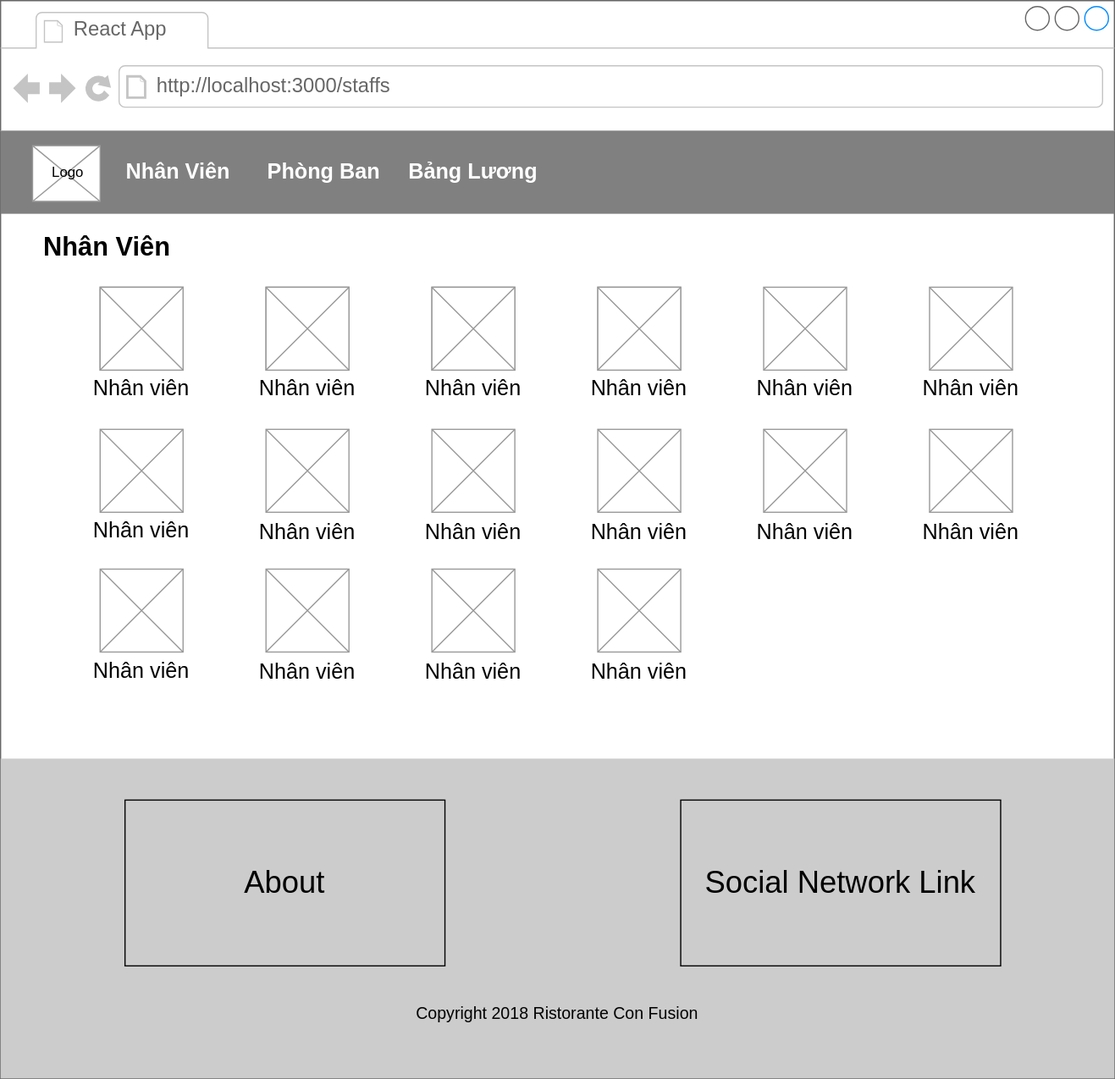
haitrieu0202/FUNIXReactJSASM keeps this draw.io diagram as Bao cao san pham/Nhanvien.svg. Above is the earlier version. Source tidied: cells renumbered, new cells last; positions are measured from the earlier drawing's top-left corner, leaving out a move shared by most shapes.
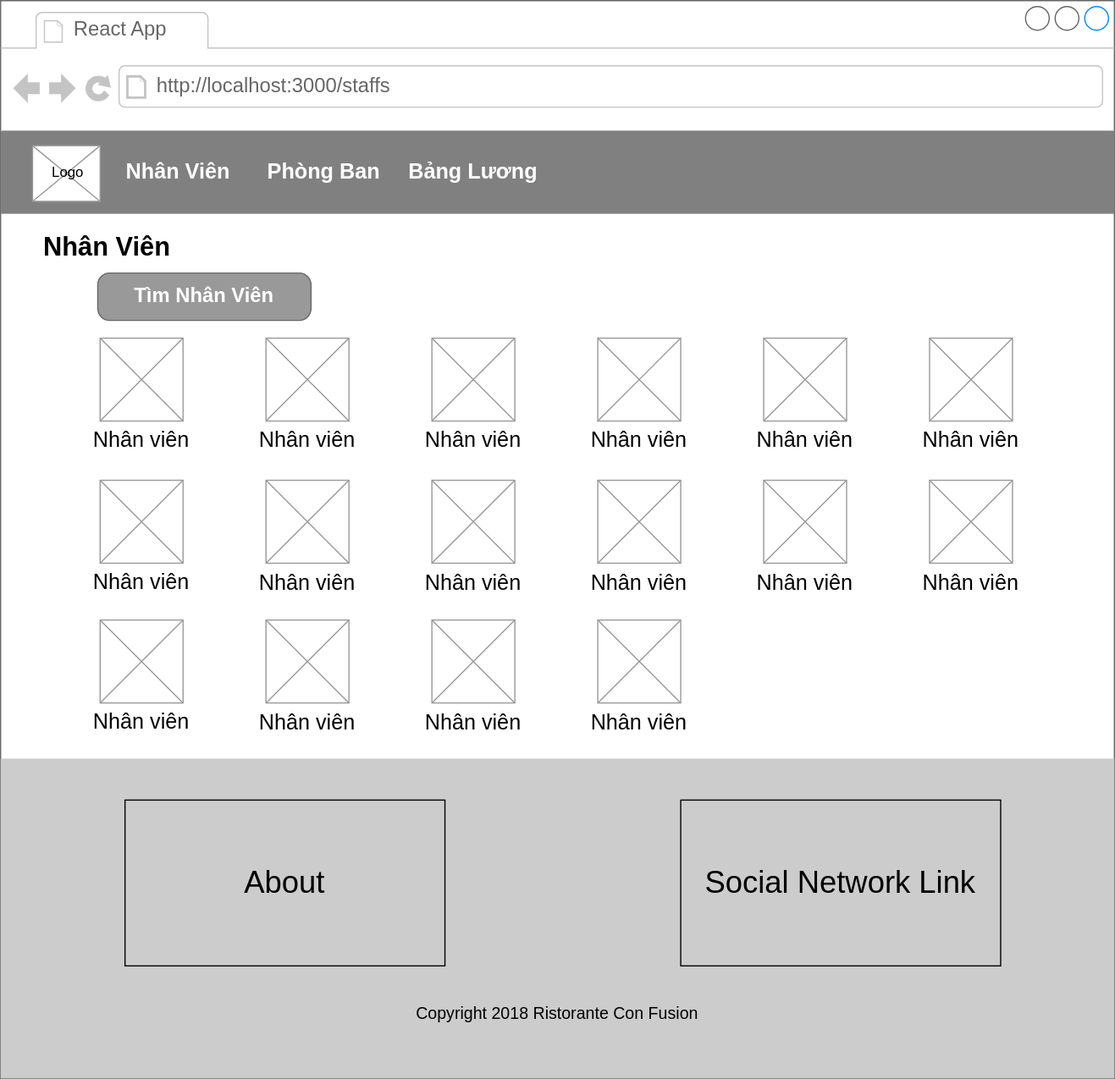
The same file after the commit.

Diff of the diagram source:
```diff
@@ -3,7 +3,7 @@
     <mxCell id="0" />
     <mxCell id="1" parent="0" />
     <mxCell id="2" style="strokeWidth=1;shadow=0;dashed=0;align=center;html=1;shape=mxgraph.mockup.containers.browserWindow;rSize=0;strokeColor=#666666;strokeColor2=#008cff;strokeColor3=#c4c4c4;mainText=,;" parent="1" vertex="1">
-      <mxGeometry width="940" height="910" as="geometry" />
+      <mxGeometry y="-43" width="940" height="910" as="geometry" />
     </mxCell>
     <mxCell id="3" style="rounded=0;fontSize=18;labelBackgroundColor=#007FFF;labelBorderColor=#007FFF;fontColor=#000000;html=1;whiteSpace=wrap;fillColor=#808080;strokeColor=none;" parent="2" vertex="1">
       <mxGeometry y="110" width="940" height="70" as="geometry" />
@@ -23,74 +23,62 @@
     <mxCell id="8" value="&lt;b&gt;&lt;font style=&quot;font-size: 22px;&quot;&gt;Nhân Viên&lt;/font&gt;&lt;/b&gt;" style="text;html=1;strokeColor=none;fillColor=none;align=center;verticalAlign=middle;whiteSpace=wrap;rounded=0;" parent="2" vertex="1">
       <mxGeometry x="20" y="179" width="140" height="60" as="geometry" />
     </mxCell>
-    <mxCell id="9" style="verticalLabelPosition=bottom;shadow=0;dashed=0;align=center;html=1;verticalAlign=top;strokeWidth=1;shape=mxgraph.mockup.graphics.simpleIcon;strokeColor=#999999;fontSize=22;" parent="2" vertex="1">
-      <mxGeometry x="364" y="242" width="70" height="70" as="geometry" />
-    </mxCell>
-    <mxCell id="10" style="verticalLabelPosition=bottom;shadow=0;dashed=0;align=center;html=1;verticalAlign=top;strokeWidth=1;shape=mxgraph.mockup.graphics.simpleIcon;strokeColor=#999999;fontSize=22;" parent="2" vertex="1">
-      <mxGeometry x="224" y="242" width="70" height="70" as="geometry" />
-    </mxCell>
-    <mxCell id="11" style="verticalLabelPosition=bottom;shadow=0;dashed=0;align=center;html=1;verticalAlign=top;strokeWidth=1;shape=mxgraph.mockup.graphics.simpleIcon;strokeColor=#999999;fontSize=22;" parent="2" vertex="1">
-      <mxGeometry x="84" y="242" width="70" height="70" as="geometry" />
-    </mxCell>
     <mxCell id="12" style="verticalLabelPosition=bottom;shadow=0;dashed=0;align=center;html=1;verticalAlign=top;strokeWidth=1;shape=mxgraph.mockup.graphics.simpleIcon;strokeColor=#999999;fontSize=22;" parent="2" vertex="1">
-      <mxGeometry x="784" y="242" width="70" height="70" as="geometry" />
+      <mxGeometry x="784" y="285" width="70" height="70" as="geometry" />
     </mxCell>
     <mxCell id="13" style="verticalLabelPosition=bottom;shadow=0;dashed=0;align=center;html=1;verticalAlign=top;strokeWidth=1;shape=mxgraph.mockup.graphics.simpleIcon;strokeColor=#999999;fontSize=22;" parent="2" vertex="1">
-      <mxGeometry x="644" y="242" width="70" height="70" as="geometry" />
+      <mxGeometry x="644" y="285" width="70" height="70" as="geometry" />
     </mxCell>
-    <mxCell id="14" style="verticalLabelPosition=bottom;shadow=0;dashed=0;align=center;html=1;verticalAlign=top;strokeWidth=1;shape=mxgraph.mockup.graphics.simpleIcon;strokeColor=#999999;fontSize=22;" parent="2" vertex="1">
-      <mxGeometry x="504" y="242" width="70" height="70" as="geometry" />
-    </mxCell>
     <mxCell id="15" value="&lt;font style=&quot;font-size: 18px;&quot;&gt;Nhân viên&lt;/font&gt;" style="text;html=1;strokeColor=none;fillColor=none;align=center;verticalAlign=middle;whiteSpace=wrap;rounded=0;fontSize=22;" parent="2" vertex="1">
-      <mxGeometry x="19" y="312" width="200" height="30" as="geometry" />
+      <mxGeometry x="19" y="355" width="200" height="30" as="geometry" />
     </mxCell>
     <mxCell id="16" value="&lt;span style=&quot;font-size: 18px;&quot;&gt;Nhân viên&lt;/span&gt;" style="text;html=1;strokeColor=none;fillColor=none;align=center;verticalAlign=middle;whiteSpace=wrap;rounded=0;fontSize=22;" parent="2" vertex="1">
-      <mxGeometry x="159" y="312" width="200" height="30" as="geometry" />
+      <mxGeometry x="159" y="355" width="200" height="30" as="geometry" />
     </mxCell>
     <mxCell id="17" value="&lt;span style=&quot;font-size: 18px;&quot;&gt;Nhân viên&lt;/span&gt;" style="text;html=1;strokeColor=none;fillColor=none;align=center;verticalAlign=middle;whiteSpace=wrap;rounded=0;fontSize=22;" parent="2" vertex="1">
-      <mxGeometry x="299" y="312" width="200" height="30" as="geometry" />
+      <mxGeometry x="299" y="355" width="200" height="30" as="geometry" />
     </mxCell>
     <mxCell id="18" value="&lt;font style=&quot;font-size: 18px;&quot;&gt;Nhân viên&lt;br&gt;&lt;/font&gt;" style="text;html=1;strokeColor=none;fillColor=none;align=center;verticalAlign=middle;whiteSpace=wrap;rounded=0;fontSize=22;" parent="2" vertex="1">
-      <mxGeometry x="439" y="312" width="200" height="30" as="geometry" />
+      <mxGeometry x="439" y="355" width="200" height="30" as="geometry" />
     </mxCell>
     <mxCell id="19" value="&lt;font style=&quot;font-size: 18px;&quot;&gt;Nhân viên&lt;br&gt;&lt;/font&gt;" style="text;html=1;strokeColor=none;fillColor=none;align=center;verticalAlign=middle;whiteSpace=wrap;rounded=0;fontSize=22;" parent="2" vertex="1">
-      <mxGeometry x="579" y="312" width="200" height="30" as="geometry" />
+      <mxGeometry x="579" y="355" width="200" height="30" as="geometry" />
     </mxCell>
     <mxCell id="20" value="&lt;font style=&quot;font-size: 18px;&quot;&gt;Nhân viên&lt;br&gt;&lt;/font&gt;" style="text;html=1;strokeColor=none;fillColor=none;align=center;verticalAlign=middle;whiteSpace=wrap;rounded=0;fontSize=22;" parent="2" vertex="1">
-      <mxGeometry x="719" y="312" width="200" height="30" as="geometry" />
+      <mxGeometry x="719" y="355" width="200" height="30" as="geometry" />
     </mxCell>
     <mxCell id="21" style="verticalLabelPosition=bottom;shadow=0;dashed=0;align=center;html=1;verticalAlign=top;strokeWidth=1;shape=mxgraph.mockup.graphics.simpleIcon;strokeColor=#999999;fontSize=22;" parent="2" vertex="1">
-      <mxGeometry x="84" y="242" width="70" height="70" as="geometry" />
+      <mxGeometry x="84" y="285" width="70" height="70" as="geometry" />
     </mxCell>
     <mxCell id="22" style="verticalLabelPosition=bottom;shadow=0;dashed=0;align=center;html=1;verticalAlign=top;strokeWidth=1;shape=mxgraph.mockup.graphics.simpleIcon;strokeColor=#999999;fontSize=22;" parent="2" vertex="1">
-      <mxGeometry x="224" y="242" width="70" height="70" as="geometry" />
+      <mxGeometry x="224" y="285" width="70" height="70" as="geometry" />
     </mxCell>
     <mxCell id="23" style="verticalLabelPosition=bottom;shadow=0;dashed=0;align=center;html=1;verticalAlign=top;strokeWidth=1;shape=mxgraph.mockup.graphics.simpleIcon;strokeColor=#999999;fontSize=22;" parent="2" vertex="1">
-      <mxGeometry x="364" y="242" width="70" height="70" as="geometry" />
+      <mxGeometry x="364" y="285" width="70" height="70" as="geometry" />
     </mxCell>
     <mxCell id="24" style="verticalLabelPosition=bottom;shadow=0;dashed=0;align=center;html=1;verticalAlign=top;strokeWidth=1;shape=mxgraph.mockup.graphics.simpleIcon;strokeColor=#999999;fontSize=22;" parent="2" vertex="1">
-      <mxGeometry x="504" y="242" width="70" height="70" as="geometry" />
+      <mxGeometry x="504" y="285" width="70" height="70" as="geometry" />
     </mxCell>
     <mxCell id="25" style="verticalLabelPosition=bottom;shadow=0;dashed=0;align=center;html=1;verticalAlign=top;strokeWidth=1;shape=mxgraph.mockup.graphics.simpleIcon;strokeColor=#999999;fontSize=22;" parent="2" vertex="1">
-      <mxGeometry x="84" y="362" width="70" height="70" as="geometry" />
+      <mxGeometry x="84" y="405" width="70" height="70" as="geometry" />
     </mxCell>
     <mxCell id="26" style="verticalLabelPosition=bottom;shadow=0;dashed=0;align=center;html=1;verticalAlign=top;strokeWidth=1;shape=mxgraph.mockup.graphics.simpleIcon;strokeColor=#999999;fontSize=22;" parent="2" vertex="1">
-      <mxGeometry x="224" y="362" width="70" height="70" as="geometry" />
+      <mxGeometry x="224" y="405" width="70" height="70" as="geometry" />
     </mxCell>
     <mxCell id="27" style="verticalLabelPosition=bottom;shadow=0;dashed=0;align=center;html=1;verticalAlign=top;strokeWidth=1;shape=mxgraph.mockup.graphics.simpleIcon;strokeColor=#999999;fontSize=22;" parent="2" vertex="1">
-      <mxGeometry x="364" y="362" width="70" height="70" as="geometry" />
+      <mxGeometry x="364" y="405" width="70" height="70" as="geometry" />
     </mxCell>
     <mxCell id="28" style="verticalLabelPosition=bottom;shadow=0;dashed=0;align=center;html=1;verticalAlign=top;strokeWidth=1;shape=mxgraph.mockup.graphics.simpleIcon;strokeColor=#999999;fontSize=22;" parent="2" vertex="1">
-      <mxGeometry x="504" y="362" width="70" height="70" as="geometry" />
+      <mxGeometry x="504" y="405" width="70" height="70" as="geometry" />
     </mxCell>
     <mxCell id="29" style="verticalLabelPosition=bottom;shadow=0;dashed=0;align=center;html=1;verticalAlign=top;strokeWidth=1;shape=mxgraph.mockup.graphics.simpleIcon;strokeColor=#999999;fontSize=22;" parent="2" vertex="1">
-      <mxGeometry x="644" y="362" width="70" height="70" as="geometry" />
+      <mxGeometry x="644" y="405" width="70" height="70" as="geometry" />
     </mxCell>
     <mxCell id="30" style="verticalLabelPosition=bottom;shadow=0;dashed=0;align=center;html=1;verticalAlign=top;strokeWidth=1;shape=mxgraph.mockup.graphics.simpleIcon;strokeColor=#999999;fontSize=22;" parent="2" vertex="1">
-      <mxGeometry x="784" y="362" width="70" height="70" as="geometry" />
+      <mxGeometry x="784" y="405" width="70" height="70" as="geometry" />
     </mxCell>
     <mxCell id="31" value="&lt;span style=&quot;font-size: 18px;&quot;&gt;Nhân viên&lt;/span&gt;" style="text;html=1;strokeColor=none;fillColor=none;align=center;verticalAlign=middle;whiteSpace=wrap;rounded=0;fontSize=22;" parent="2" vertex="1">
-      <mxGeometry x="19" y="432" width="200" height="30" as="geometry" />
+      <mxGeometry x="19" y="475" width="200" height="30" as="geometry" />
     </mxCell>
     <mxCell id="32" value="&lt;b&gt;&lt;font color=&quot;#ffffff&quot;&gt;Nhân Viên&lt;/font&gt;&lt;/b&gt;" style="text;html=1;strokeColor=none;fillColor=none;align=center;verticalAlign=middle;whiteSpace=wrap;rounded=0;labelBackgroundColor=none;labelBorderColor=none;fontSize=18;fontColor=#000000;" parent="2" vertex="1">
       <mxGeometry x="87" y="130" width="126" height="30" as="geometry" />
@@ -110,6 +98,9 @@
     <mxCell id="37" value="&lt;font style=&quot;font-size: 26px;&quot;&gt;Social Network Link&lt;/font&gt;" style="text;html=1;strokeColor=default;fillColor=none;align=center;verticalAlign=middle;whiteSpace=wrap;rounded=0;fontSize=14;" parent="2" vertex="1">
       <mxGeometry x="574" y="675" width="270" height="140" as="geometry" />
     </mxCell>
+    <mxCell id="52" value="Tìm Nhân Viên" style="strokeWidth=1;shadow=0;dashed=0;align=center;html=1;shape=mxgraph.mockup.buttons.button;strokeColor=#666666;fontColor=#ffffff;mainText=;buttonStyle=round;fontSize=17;fontStyle=1;fillColor=#999999;whiteSpace=wrap;" parent="2" vertex="1">
+      <mxGeometry x="82" y="230" width="180" height="40" as="geometry" />
+    </mxCell>
     <mxCell id="38" value="&lt;font style=&quot;font-size: 18px;&quot;&gt;Nhân viên&lt;br&gt;&lt;/font&gt;" style="text;html=1;strokeColor=none;fillColor=none;align=center;verticalAlign=middle;whiteSpace=wrap;rounded=0;fontSize=22;" parent="1" vertex="1">
       <mxGeometry x="579" y="433" width="200" height="30" as="geometry" />
     </mxCell>
@@ -150,7 +141,7 @@
       <mxGeometry x="439" y="551" width="200" height="30" as="geometry" />
     </mxCell>
     <mxCell id="51" value="&lt;font style=&quot;font-size: 26px;&quot;&gt;About&lt;/font&gt;" style="text;html=1;strokeColor=default;fillColor=none;align=center;verticalAlign=middle;whiteSpace=wrap;rounded=0;" parent="1" vertex="1">
-      <mxGeometry x="105" y="675" width="270" height="140" as="geometry" />
+      <mxGeometry x="105" y="632" width="270" height="140" as="geometry" />
     </mxCell>
   </root>
 </mxGraphModel>
```
